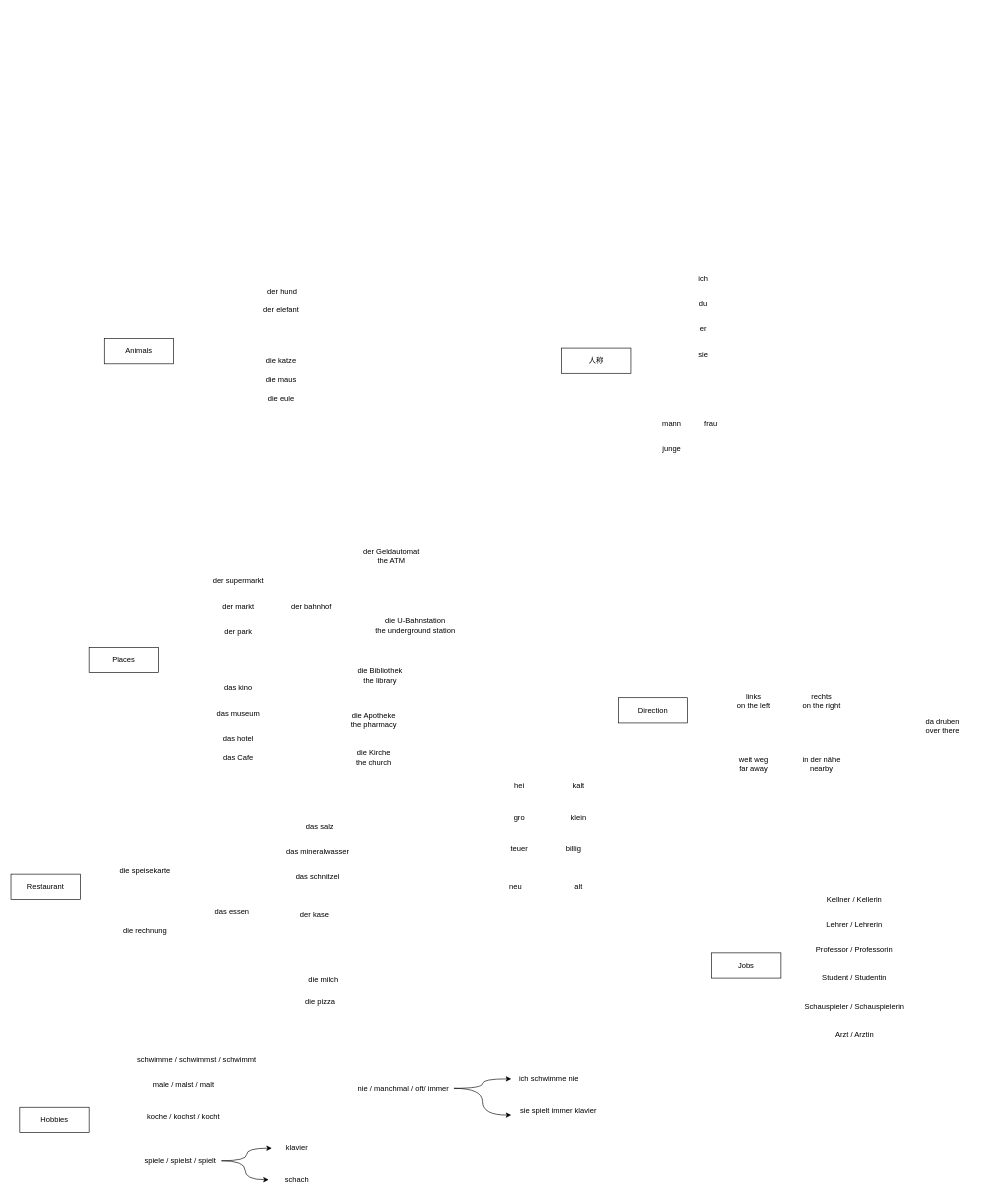
haoboliu66/Diagram keeps this draw.io diagram as German.drawio. Above is the earlier version. Source tidied: cells renumbered, new cells numbered last; positions are measured from the earlier drawing's top-left corner, leaving out a move shared by most shapes. Both pictures are drawn from the tidied source at 63%, with x=0, y=0 at pixel (11, 269).
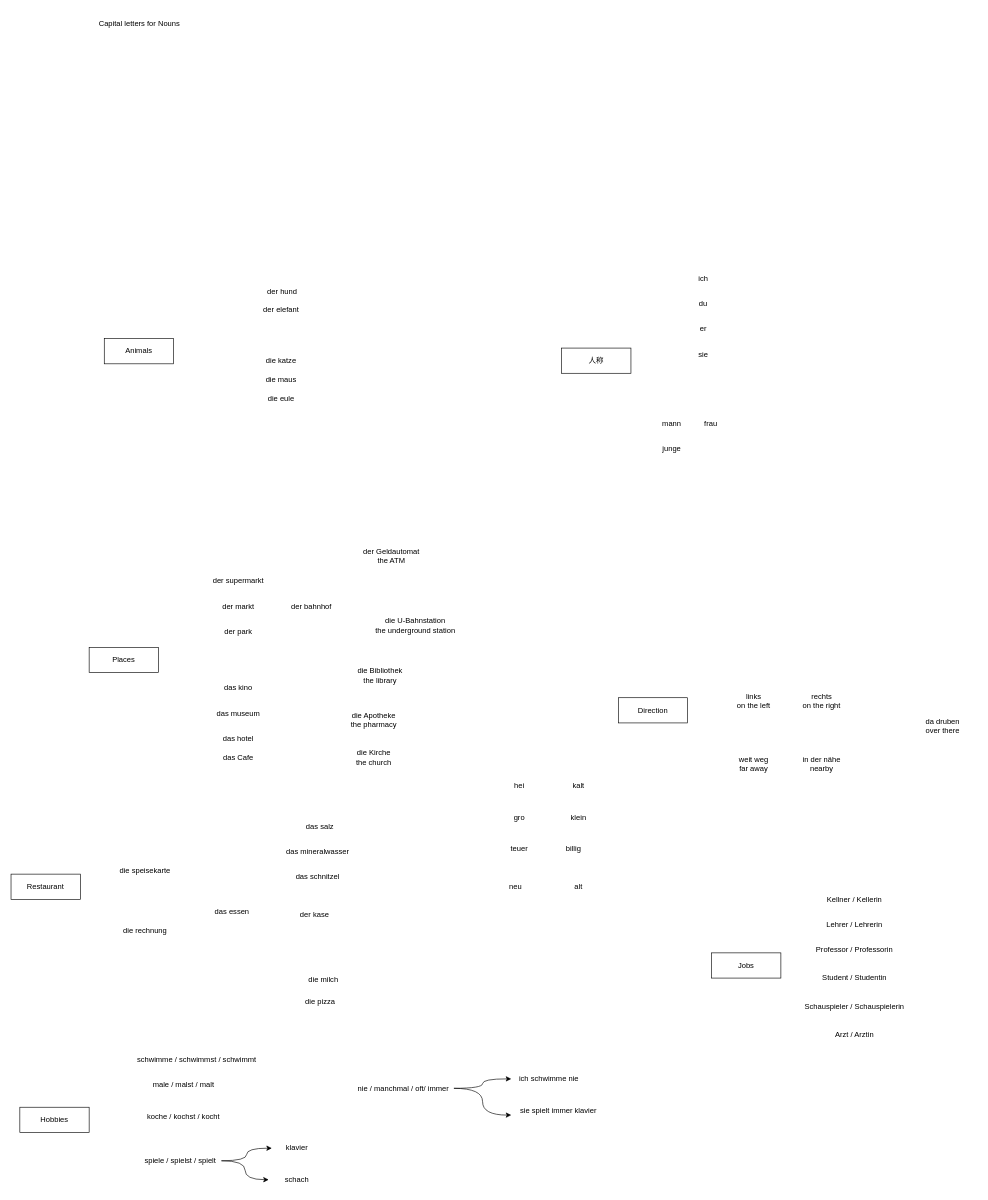
After the change.

Change to the diagram source:
```diff
@@
+    <mxCell id="75" value="Capital letters for Nouns" style="text;html=1;strokeColor=none;fillColor=none;align=center;verticalAlign=middle;whiteSpace=wrap;rounded=0;" parent="1" vertex="1">
+      <mxGeometry x="124" y="-410" width="160" height="40" as="geometry" />
+    </mxCell>
```
